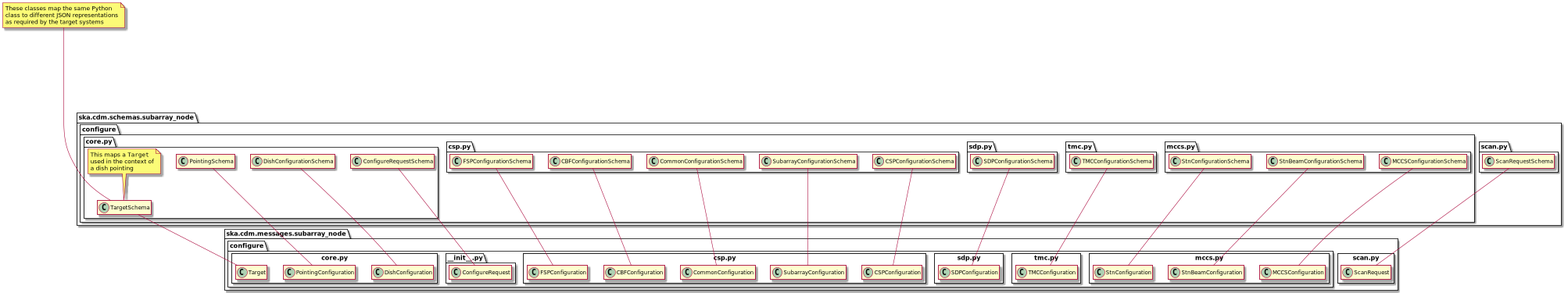
The PlantUML diagram docs/src/developer/schema_san.png in ska-telescope/cdm-shared-library, before a commit.
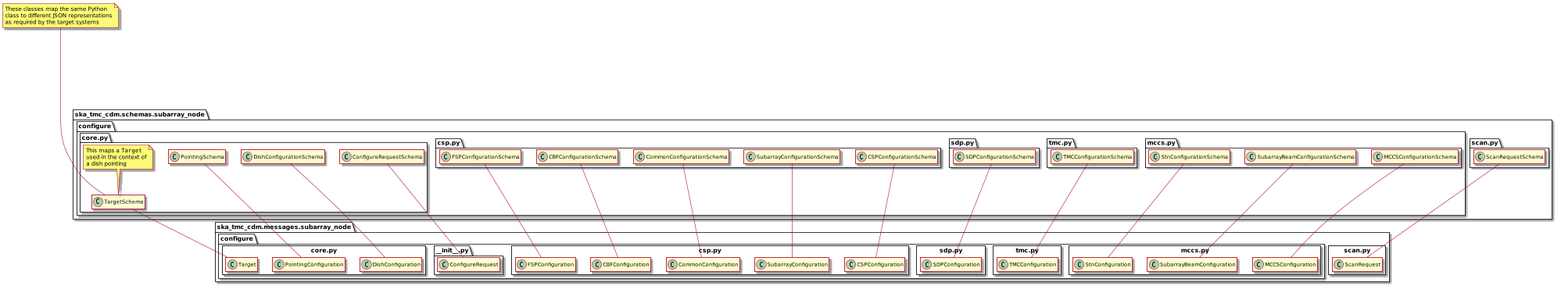
After the change.

Diff of the diagram source:
```diff
@@ -10,7 +10,7 @@
 remove PSTConfigurationSchema
 remove PSSConfigurationSchema
 
-package ska.cdm.messages.subarray_node {
+package ska_tmc_cdm.messages.subarray_node {
 	package configure {
 		package core.py <<Rectangle>> {
 			class Target
@@ -35,7 +35,7 @@
 
         package mccs.py <<Rectangle>> {
             class StnConfiguration
-            class StnBeamConfiguration
+            class SubarrayBeamConfiguration
             class MCCSConfiguration
         }
 
@@ -53,7 +53,7 @@
     }
 }
 
-package ska.cdm.schemas.subarray_node {
+package ska_tmc_cdm.schemas.subarray_node {
 	package configure as P2 {
 		package core.py as P3 {
 			class TargetSchema
@@ -90,7 +90,7 @@
 
         package mccs.py as P7 {
             class StnConfigurationSchema
-            class StnBeamConfigurationSchema
+            class SubarrayBeamConfigurationSchema
             class MCCSConfigurationSchema
         }
 	}
@@ -121,7 +121,7 @@
 TMCConfigurationSchema --- TMCConfiguration
 
 StnConfigurationSchema --- StnConfiguration
-StnBeamConfigurationSchema --- StnBeamConfiguration
+SubarrayBeamConfigurationSchema --- SubarrayBeamConfiguration
 MCCSConfigurationSchema --- MCCSConfiguration
 
 note as N1
```
